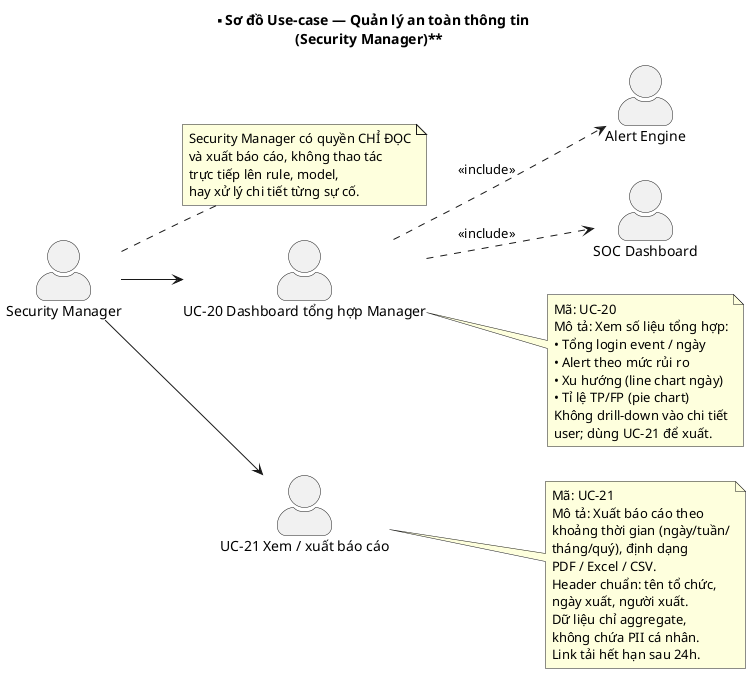
This is docs/diagrams/use-case-manager.png from Albert-Tuan/sentinel-auth, a PlantUML export, as it was before one commit.
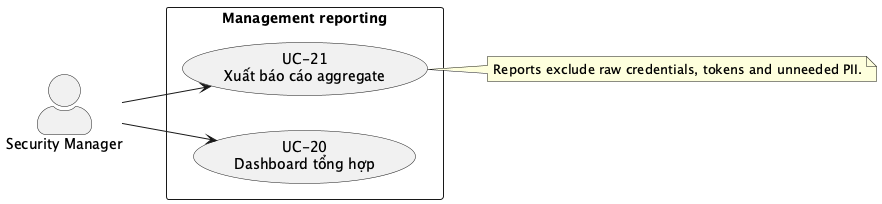
Later version of the same file.

The edit, as a diff of the source:
```diff
@@ -1,53 +1,14 @@
 @startuml use-case-manager
-hide stereotype
+left to right direction
 skinparam actorStyle awesome
-left to right direction
-
-title **Sơ đồ Use-case — Quản lý an toàn thông tin\n(Security Manager)**
-
-actor "Security Manager" as SM
-
-actor "Alert Engine" as AL
-actor "SOC Dashboard" as DASH
-
-
-note right of SM
-  Security Manager có quyền CHỈ ĐỌC
-  và xuất báo cáo, không thao tác
-  trực tiếp lên rule, model,
-  hay xử lý chi tiết từng sự cố.
+actor "Security Manager" as Manager
+rectangle "Management reporting" {
+  usecase "UC-20\nDashboard tổng hợp" as dashboard
+  usecase "UC-21\nXuất báo cáo aggregate" as reports
+}
+Manager --> dashboard
+Manager --> reports
+note right of reports
+Reports exclude raw credentials, tokens and unneeded PII.
 end note
-
-:UC-20 Dashboard tổng hợp Manager: as UC20
-note right of UC20
-  Mã: UC-20
-  Mô tả: Xem số liệu tổng hợp:
-  • Tổng login event / ngày
-  • Alert theo mức rủi ro
-  • Xu hướng (line chart ngày)
-  • Tỉ lệ TP/FP (pie chart)
-  Không drill-down vào chi tiết
-  user; dùng UC-21 để xuất.
-end note
-
-:UC-21 Xem / xuất báo cáo: as UC21
-note right of UC21
-  Mã: UC-21
-  Mô tả: Xuất báo cáo theo
-  khoảng thời gian (ngày/tuần/
-  tháng/quý), định dạng
-  PDF / Excel / CSV.
-  Header chuẩn: tên tổ chức,
-  ngày xuất, người xuất.
-  Dữ liệu chỉ aggregate,
-  không chứa PII cá nhân.
-  Link tải hết hạn sau 24h.
-end note
-
-SM --> UC20
-SM --> UC21
-
-UC20 ..> AL : <<include>>
-UC20 ..> DASH : <<include>>
-
 @enduml
```
